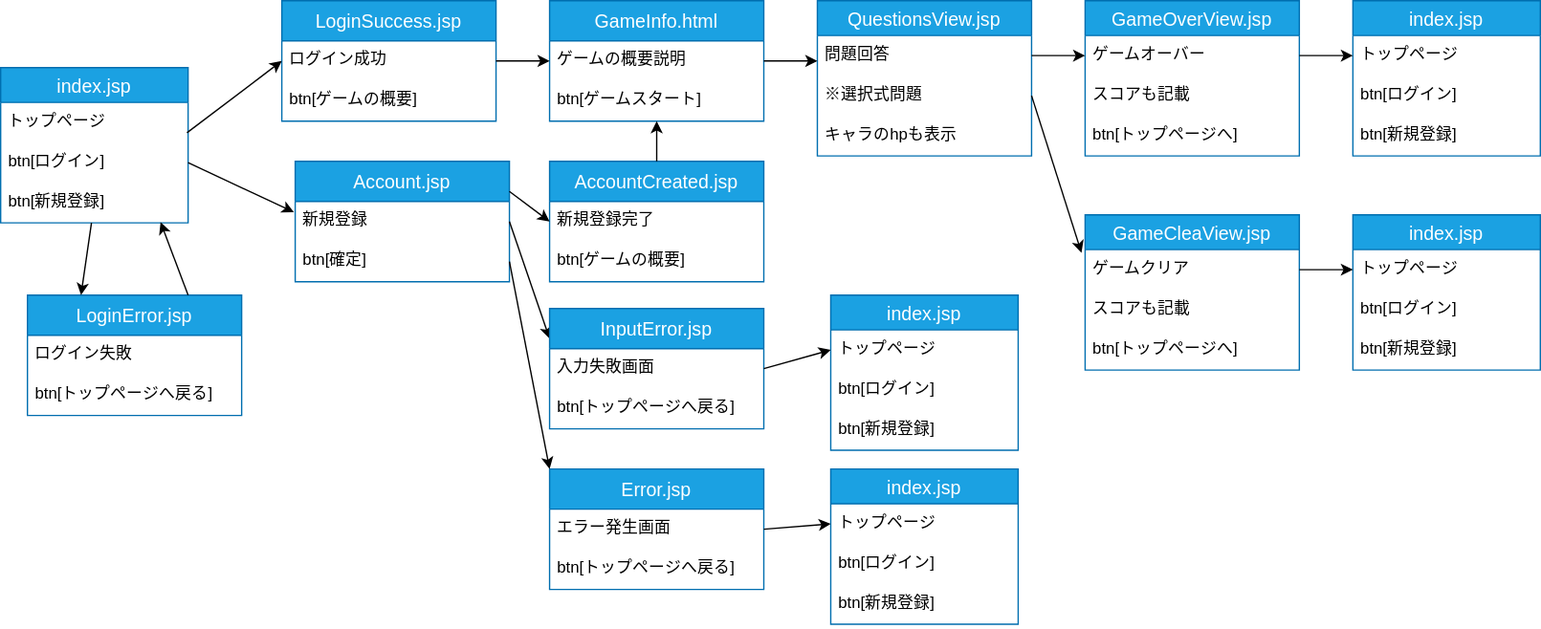
Miki1103/ITWorkshop keeps this draw.io diagram as Portfolio2.svg. Above is the earlier version. Source tidied: cells renumbered, new cells last; positions are measured from the earlier drawing's top-left corner, leaving out a move shared by most shapes.
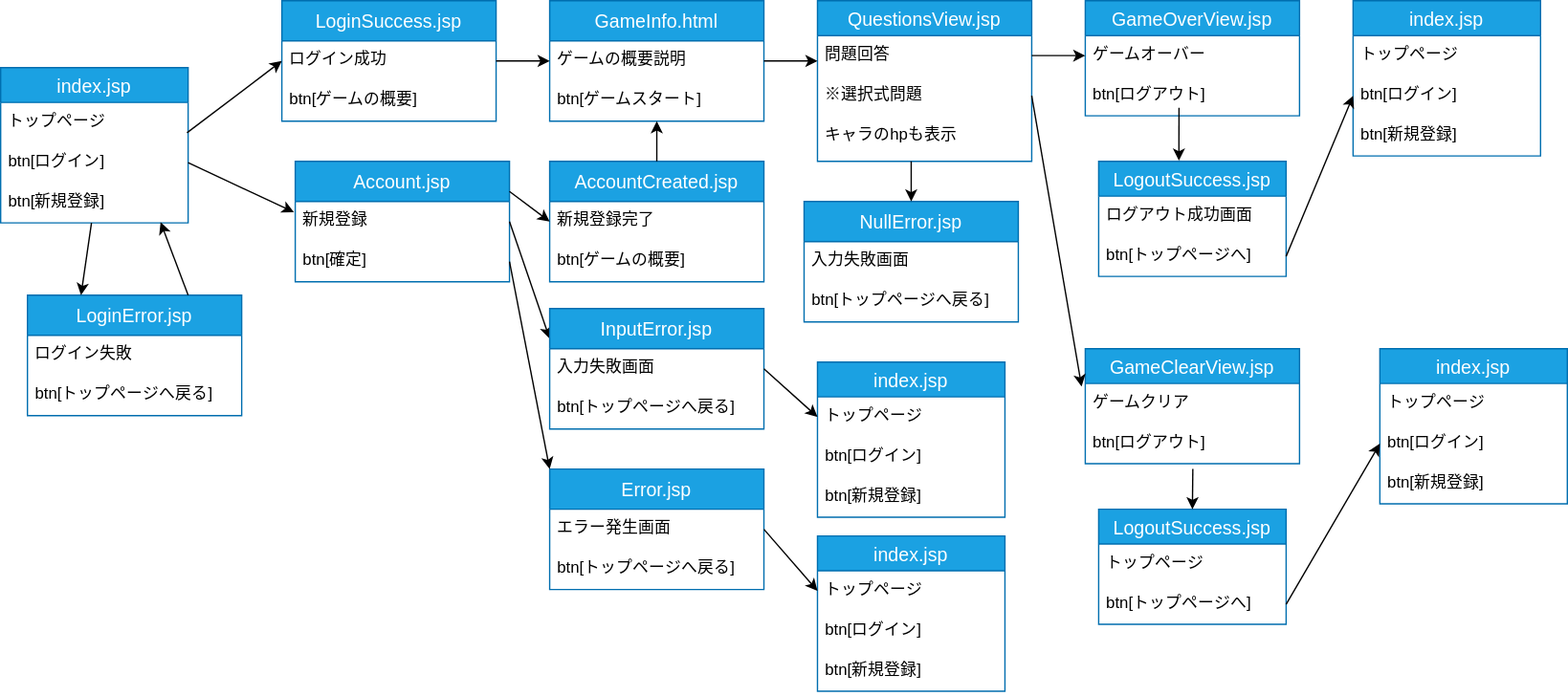
The same file after the commit.

Commit message:
画面遷移図の変更とreadmeの変更

Diff of the diagram source:
```diff
@@ -24,7 +24,7 @@
       <mxGeometry y="60" width="160" height="30" as="geometry" />
     </mxCell>
     <mxCell id="9" value="QuestionsView.jsp" style="swimlane;fontStyle=0;horizontal=1;startSize=26;align=center;fontSize=14;strokeColor=#006EAF;fillColor=#1ba1e2;fontColor=#ffffff;" parent="1" vertex="1">
-      <mxGeometry x="610" width="160" height="116" as="geometry" />
+      <mxGeometry x="610" width="160" height="120" as="geometry" />
     </mxCell>
     <mxCell id="10" value="問題回答" style="text;strokeColor=none;fillColor=none;spacingLeft=4;spacingRight=4;overflow=hidden;points=[[0,0.5],[1,0.5]];portConstraint=eastwest;fontSize=12;fontColor=#000000;" parent="9" vertex="1">
       <mxGeometry y="26" width="160" height="30" as="geometry" />
@@ -33,7 +33,7 @@
       <mxGeometry y="56" width="160" height="30" as="geometry" />
     </mxCell>
     <mxCell id="12" value="キャラのhpも表示" style="text;strokeColor=none;fillColor=none;spacingLeft=4;spacingRight=4;overflow=hidden;fontSize=12;fontColor=#000000;" parent="9" vertex="1">
-      <mxGeometry y="86" width="160" height="30" as="geometry" />
+      <mxGeometry y="86" width="160" height="34" as="geometry" />
     </mxCell>
     <mxCell id="13" value="LoginError.jsp" style="swimlane;fontStyle=0;horizontal=1;startSize=30;align=center;fontSize=14;strokeColor=#006EAF;fillColor=#1ba1e2;fontColor=#ffffff;" parent="1" vertex="1">
       <mxGeometry x="20" y="220" width="160" height="90" as="geometry" />
@@ -54,28 +54,22 @@
       <mxGeometry y="60" width="160" height="30" as="geometry" />
     </mxCell>
     <mxCell id="19" value="GameOverView.jsp" style="swimlane;fontStyle=0;horizontal=1;startSize=26;align=center;fontSize=14;strokeColor=#006EAF;fillColor=#1ba1e2;fontColor=#ffffff;" parent="1" vertex="1">
-      <mxGeometry x="810" width="160" height="116" as="geometry" />
+      <mxGeometry x="810" width="160" height="86" as="geometry" />
     </mxCell>
     <mxCell id="20" value="ゲームオーバー" style="text;strokeColor=none;fillColor=none;spacingLeft=4;spacingRight=4;overflow=hidden;points=[[0,0.5],[1,0.5]];portConstraint=eastwest;fontSize=12;fontColor=#000000;" parent="19" vertex="1">
       <mxGeometry y="26" width="160" height="30" as="geometry" />
     </mxCell>
-    <mxCell id="21" value="スコアも記載" style="text;strokeColor=none;fillColor=none;spacingLeft=4;spacingRight=4;overflow=hidden;fontSize=12;fontColor=#000000;" parent="19" vertex="1">
-      <mxGeometry y="56" width="160" height="30" as="geometry" />
-    </mxCell>
-    <mxCell id="22" value="btn[トップページへ]" style="text;strokeColor=none;fillColor=none;spacingLeft=4;spacingRight=4;overflow=hidden;fontSize=12;fontColor=#000000;" parent="19" vertex="1">
-      <mxGeometry y="86" width="160" height="30" as="geometry" />
+    <mxCell id="22" value="btn[ログアウト]" style="text;strokeColor=none;fillColor=none;spacingLeft=4;spacingRight=4;overflow=hidden;fontSize=12;fontColor=#000000;" parent="19" vertex="1">
+      <mxGeometry y="56" width="160" height="30" as="geometry" />
     </mxCell>
-    <mxCell id="23" value="GameCleaView.jsp" style="swimlane;fontStyle=0;horizontal=1;startSize=26;align=center;fontSize=14;strokeColor=#006EAF;fillColor=#1ba1e2;fontColor=#ffffff;" parent="1" vertex="1">
-      <mxGeometry x="810" y="160" width="160" height="116" as="geometry" />
+    <mxCell id="23" value="GameClearView.jsp" style="swimlane;fontStyle=0;horizontal=1;startSize=26;align=center;fontSize=14;strokeColor=#006EAF;fillColor=#1ba1e2;fontColor=#ffffff;" parent="1" vertex="1">
+      <mxGeometry x="810" y="260" width="160" height="86" as="geometry" />
     </mxCell>
     <mxCell id="24" value="ゲームクリア" style="text;strokeColor=none;fillColor=none;spacingLeft=4;spacingRight=4;overflow=hidden;points=[[0,0.5],[1,0.5]];portConstraint=eastwest;fontSize=12;fontColor=#000000;" parent="23" vertex="1">
       <mxGeometry y="26" width="160" height="30" as="geometry" />
     </mxCell>
-    <mxCell id="25" value="スコアも記載" style="text;strokeColor=none;fillColor=none;spacingLeft=4;spacingRight=4;overflow=hidden;fontSize=12;fontColor=#000000;" parent="23" vertex="1">
-      <mxGeometry y="56" width="160" height="30" as="geometry" />
-    </mxCell>
-    <mxCell id="26" value="btn[トップページへ]" style="text;strokeColor=none;fillColor=none;spacingLeft=4;spacingRight=4;overflow=hidden;points=[[0,0.5],[1,0.5]];portConstraint=eastwest;fontSize=12;fontColor=#000000;" parent="23" vertex="1">
-      <mxGeometry y="86" width="160" height="30" as="geometry" />
+    <mxCell id="26" value="btn[ログアウト]" style="text;strokeColor=none;fillColor=none;spacingLeft=4;spacingRight=4;overflow=hidden;points=[[0,0.5],[1,0.5]];portConstraint=eastwest;fontSize=12;fontColor=#000000;" parent="23" vertex="1">
+      <mxGeometry y="56" width="160" height="30" as="geometry" />
     </mxCell>
     <mxCell id="27" value="index.jsp" style="swimlane;fontStyle=0;horizontal=1;startSize=26;align=center;fontSize=14;strokeColor=#006EAF;fillColor=#1ba1e2;fontColor=#ffffff;" parent="1" vertex="1">
       <mxGeometry x="1010" width="140" height="116" as="geometry" />
@@ -90,7 +84,7 @@
       <mxGeometry y="86" width="140" height="30" as="geometry" />
     </mxCell>
     <mxCell id="31" value="index.jsp" style="swimlane;fontStyle=0;horizontal=1;startSize=26;align=center;fontSize=14;strokeColor=#006EAF;fillColor=#1ba1e2;fontColor=#ffffff;" parent="1" vertex="1">
-      <mxGeometry x="1010" y="160" width="140" height="116" as="geometry" />
+      <mxGeometry x="1030" y="260" width="140" height="116" as="geometry" />
     </mxCell>
     <mxCell id="32" value="トップページ" style="text;strokeColor=none;fillColor=none;spacingLeft=4;spacingRight=4;overflow=hidden;points=[[0,0.5],[1,0.5]];portConstraint=eastwest;fontSize=12;fontColor=#000000;" parent="31" vertex="1">
       <mxGeometry y="26" width="140" height="30" as="geometry" />
@@ -116,12 +110,6 @@
     <mxCell id="39" style="edgeStyle=none;html=1;exitX=1;exitY=0.5;exitDx=0;exitDy=0;entryX=-0.017;entryY=0.078;entryDx=0;entryDy=0;entryPerimeter=0;strokeColor=#000000;" parent="1" edge="1" source="11" target="24">
       <mxGeometry relative="1" as="geometry" />
     </mxCell>
-    <mxCell id="40" style="edgeStyle=none;html=1;exitX=1;exitY=0.5;exitDx=0;exitDy=0;entryX=0;entryY=0.5;entryDx=0;entryDy=0;strokeColor=#000000;" parent="1" edge="1" source="20" target="28">
-      <mxGeometry relative="1" as="geometry" />
-    </mxCell>
-    <mxCell id="41" style="edgeStyle=none;html=1;exitX=1;exitY=0.5;exitDx=0;exitDy=0;entryX=0;entryY=0.5;entryDx=0;entryDy=0;strokeColor=#000000;" parent="1" edge="1" source="24" target="32">
-      <mxGeometry relative="1" as="geometry" />
-    </mxCell>
     <mxCell id="42" style="edgeStyle=none;html=1;exitX=0.75;exitY=0;exitDx=0;exitDy=0;entryX=0.853;entryY=0.983;entryDx=0;entryDy=0;entryPerimeter=0;strokeColor=#000000;fontColor=#000000;" parent="1" edge="1" source="13" target="5">
       <mxGeometry relative="1" as="geometry" />
     </mxCell>
@@ -184,7 +172,7 @@
       <mxGeometry relative="1" as="geometry" />
     </mxCell>
     <mxCell id="61" value="index.jsp" style="swimlane;fontStyle=0;horizontal=1;startSize=26;align=center;fontSize=14;strokeColor=#006EAF;fillColor=#1ba1e2;fontColor=#ffffff;" parent="1" vertex="1">
-      <mxGeometry x="620" y="220" width="140" height="116" as="geometry" />
+      <mxGeometry x="610" y="270" width="140" height="116" as="geometry" />
     </mxCell>
     <mxCell id="62" value="トップページ" style="text;strokeColor=none;fillColor=none;spacingLeft=4;spacingRight=4;overflow=hidden;points=[[0,0.5],[1,0.5]];portConstraint=eastwest;fontSize=12;fontColor=#000000;" parent="61" vertex="1">
       <mxGeometry y="26" width="140" height="30" as="geometry" />
@@ -196,7 +184,7 @@
       <mxGeometry y="86" width="140" height="30" as="geometry" />
     </mxCell>
     <mxCell id="65" value="index.jsp" style="swimlane;fontStyle=0;horizontal=1;startSize=26;align=center;fontSize=14;strokeColor=#006EAF;fillColor=#1ba1e2;fontColor=#ffffff;" parent="1" vertex="1">
-      <mxGeometry x="620" y="350" width="140" height="116" as="geometry" />
+      <mxGeometry x="610" y="400" width="140" height="116" as="geometry" />
     </mxCell>
     <mxCell id="66" value="トップページ" style="text;strokeColor=none;fillColor=none;spacingLeft=4;spacingRight=4;overflow=hidden;points=[[0,0.5],[1,0.5]];portConstraint=eastwest;fontSize=12;fontColor=#000000;" parent="65" vertex="1">
       <mxGeometry y="26" width="140" height="30" as="geometry" />
@@ -213,5 +201,51 @@
     <mxCell id="70" style="edgeStyle=none;html=1;exitX=1;exitY=0.5;exitDx=0;exitDy=0;entryX=0;entryY=0.5;entryDx=0;entryDy=0;strokeColor=#000000;" parent="1" edge="1" source="58" target="66">
       <mxGeometry relative="1" as="geometry" />
     </mxCell>
+    <mxCell id="71" value="NullError.jsp" style="swimlane;fontStyle=0;horizontal=1;startSize=30;align=center;fontSize=14;fillColor=#1ba1e2;strokeColor=#006EAF;fontColor=#ffffff;" parent="1" vertex="1">
+      <mxGeometry x="600" y="150" width="160" height="90" as="geometry" />
+    </mxCell>
+    <mxCell id="72" value="入力失敗画面" style="text;strokeColor=none;fillColor=none;spacingLeft=4;spacingRight=4;overflow=hidden;fontSize=12;fontColor=#000000;" parent="71" vertex="1">
+      <mxGeometry y="30" width="160" height="30" as="geometry" />
+    </mxCell>
+    <mxCell id="73" value="btn[トップページへ戻る]" style="text;strokeColor=none;fillColor=none;spacingLeft=4;spacingRight=4;overflow=hidden;fontSize=12;fontColor=#000000;" parent="71" vertex="1">
+      <mxGeometry y="60" width="160" height="30" as="geometry" />
+    </mxCell>
+    <mxCell id="74" style="edgeStyle=none;html=1;entryX=0.5;entryY=0;entryDx=0;entryDy=0;strokeColor=#000000;" parent="1" edge="1" target="71">
+      <mxGeometry relative="1" as="geometry">
+        <mxPoint x="680" y="120" as="sourcePoint" />
+      </mxGeometry>
+    </mxCell>
+    <mxCell id="75" value="LogoutSuccess.jsp" style="swimlane;fontStyle=0;horizontal=1;startSize=26;align=center;fontSize=14;strokeColor=#006EAF;fillColor=#1ba1e2;fontColor=#ffffff;" parent="1" vertex="1">
+      <mxGeometry x="820" y="380" width="140" height="86" as="geometry" />
+    </mxCell>
+    <mxCell id="76" value="トップページ" style="text;strokeColor=none;fillColor=none;spacingLeft=4;spacingRight=4;overflow=hidden;fontSize=12;fontColor=#000000;" parent="75" vertex="1">
+      <mxGeometry y="26" width="140" height="30" as="geometry" />
+    </mxCell>
+    <mxCell id="77" value="btn[トップページへ]" style="text;strokeColor=none;fillColor=none;spacingLeft=4;spacingRight=4;overflow=hidden;points=[[0,0.5],[1,0.5]];portConstraint=eastwest;fontSize=12;fontColor=#000000;" parent="75" vertex="1">
+      <mxGeometry y="56" width="140" height="30" as="geometry" />
+    </mxCell>
+    <mxCell id="78" value="LogoutSuccess.jsp" style="swimlane;fontStyle=0;horizontal=1;startSize=26;align=center;fontSize=14;strokeColor=#006EAF;fillColor=#1ba1e2;fontColor=#ffffff;" parent="1" vertex="1">
+      <mxGeometry x="820" y="120" width="140" height="86" as="geometry" />
+    </mxCell>
+    <mxCell id="79" value="ログアウト成功画面" style="text;strokeColor=none;fillColor=none;spacingLeft=4;spacingRight=4;overflow=hidden;fontSize=12;fontColor=#000000;" parent="78" vertex="1">
+      <mxGeometry y="26" width="140" height="30" as="geometry" />
+    </mxCell>
+    <mxCell id="80" value="btn[トップページへ]" style="text;strokeColor=none;fillColor=none;spacingLeft=4;spacingRight=4;overflow=hidden;points=[[0,0.5],[1,0.5]];portConstraint=eastwest;fontSize=12;fontColor=#000000;" parent="78" vertex="1">
+      <mxGeometry y="56" width="140" height="30" as="geometry" />
+    </mxCell>
+    <mxCell id="81" style="edgeStyle=none;html=1;entryX=0.428;entryY=-0.006;entryDx=0;entryDy=0;strokeColor=#000000;entryPerimeter=0;" parent="1" edge="1" target="78">
+      <mxGeometry relative="1" as="geometry">
+        <mxPoint x="880" y="80" as="sourcePoint" />
+      </mxGeometry>
+    </mxCell>
+    <mxCell id="82" style="edgeStyle=none;html=1;exitX=0.502;exitY=1.129;exitDx=0;exitDy=0;entryX=0.5;entryY=0;entryDx=0;entryDy=0;strokeColor=#000000;exitPerimeter=0;" parent="1" edge="1" source="26" target="75">
+      <mxGeometry relative="1" as="geometry" />
+    </mxCell>
+    <mxCell id="83" style="edgeStyle=none;html=1;exitX=1;exitY=0.5;exitDx=0;exitDy=0;entryX=0;entryY=0.5;entryDx=0;entryDy=0;strokeColor=#000000;" parent="1" edge="1" source="80" target="29">
+      <mxGeometry relative="1" as="geometry" />
+    </mxCell>
+    <mxCell id="84" style="edgeStyle=none;html=1;exitX=1;exitY=0.5;exitDx=0;exitDy=0;entryX=0;entryY=0.5;entryDx=0;entryDy=0;strokeColor=#000000;" parent="1" edge="1" source="77" target="33">
+      <mxGeometry relative="1" as="geometry" />
+    </mxCell>
   </root>
 </mxGraphModel>
```
